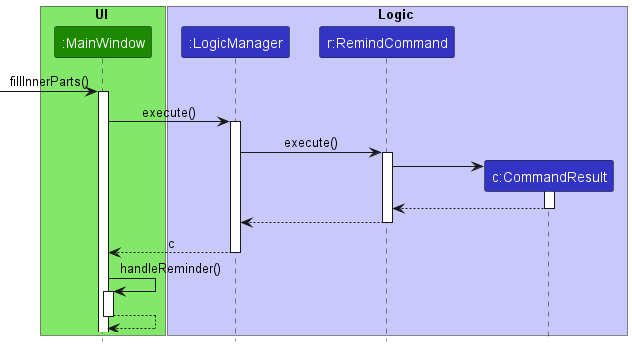
Above: docs/images/RemindSequenceDiagram.png in nus-cs2103-AY2223S1/tp (PlantUML), before the change.
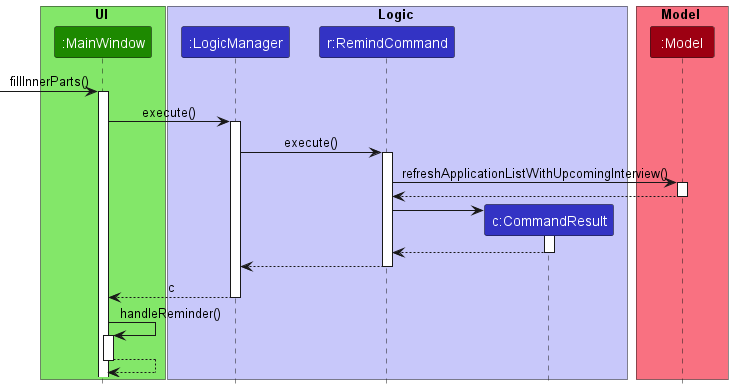
Later version of the same file.

Commit message:
Update remind sequence diagram

The edit, as a diff of the source:
```diff
@@ -11,6 +11,10 @@
 participant "c:CommandResult" as CommandResult LOGIC_COLOR
 end box
 
+box Model MODEL_COLOR_T1
+participant ":Model" as Model MODEL_COLOR
+end box
+
 [-> MainWindow : fillInnerParts()
 activate MainWindow
 
@@ -19,6 +23,12 @@
 
 LogicManager -> RemindCommand : execute()
 activate RemindCommand
+
+RemindCommand -> Model : refreshApplicationListWithUpcomingInterview()
+activate Model
+
+Model --> RemindCommand
+deactivate Model
 
 create CommandResult
 RemindCommand -> CommandResult :
```
